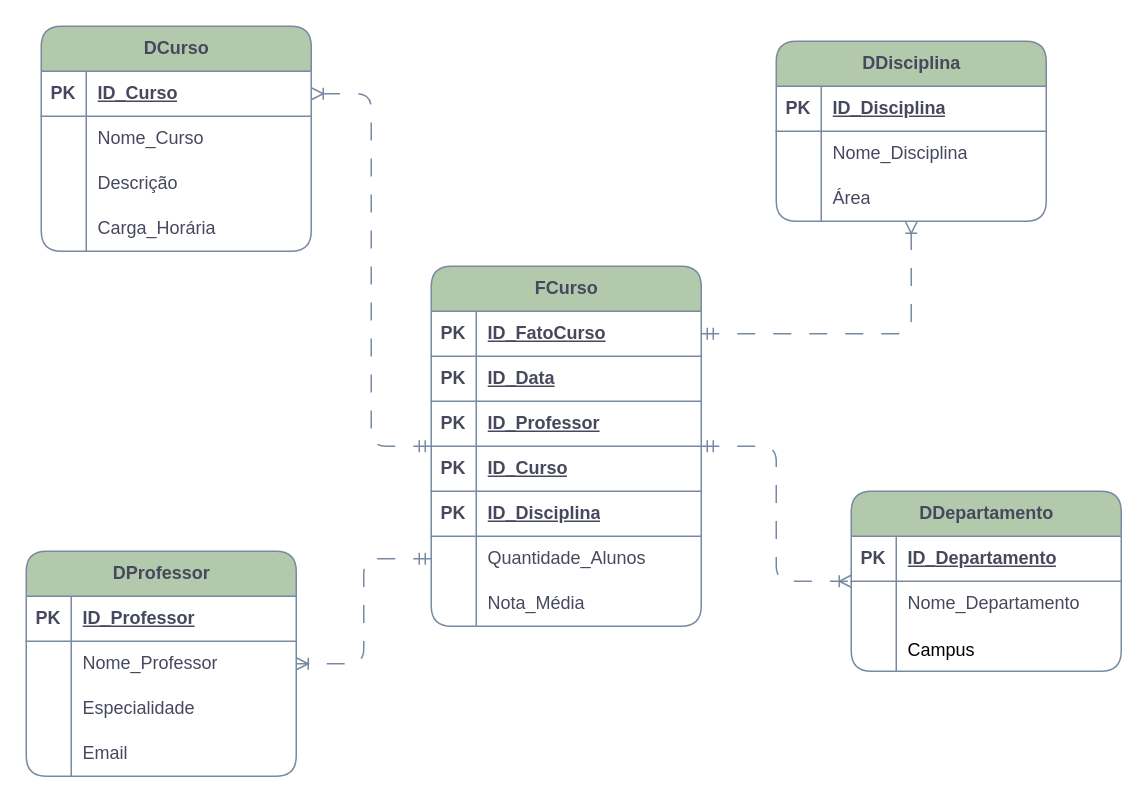
Above: Power BI/desafio de modelagem dimensional.drawio in nadiacastr0/Bootcamp-NTT-DATA---Engenharia-de-Dados-com-Python (draw.io), before the change. Source tidied: cells renumbered, new cells numbered last; positions are measured from the earlier drawing's top-left corner, leaving out a move shared by most shapes. Both pictures are drawn from the tidied source at 150%, with x=0, y=0 at pixel (26, 26).
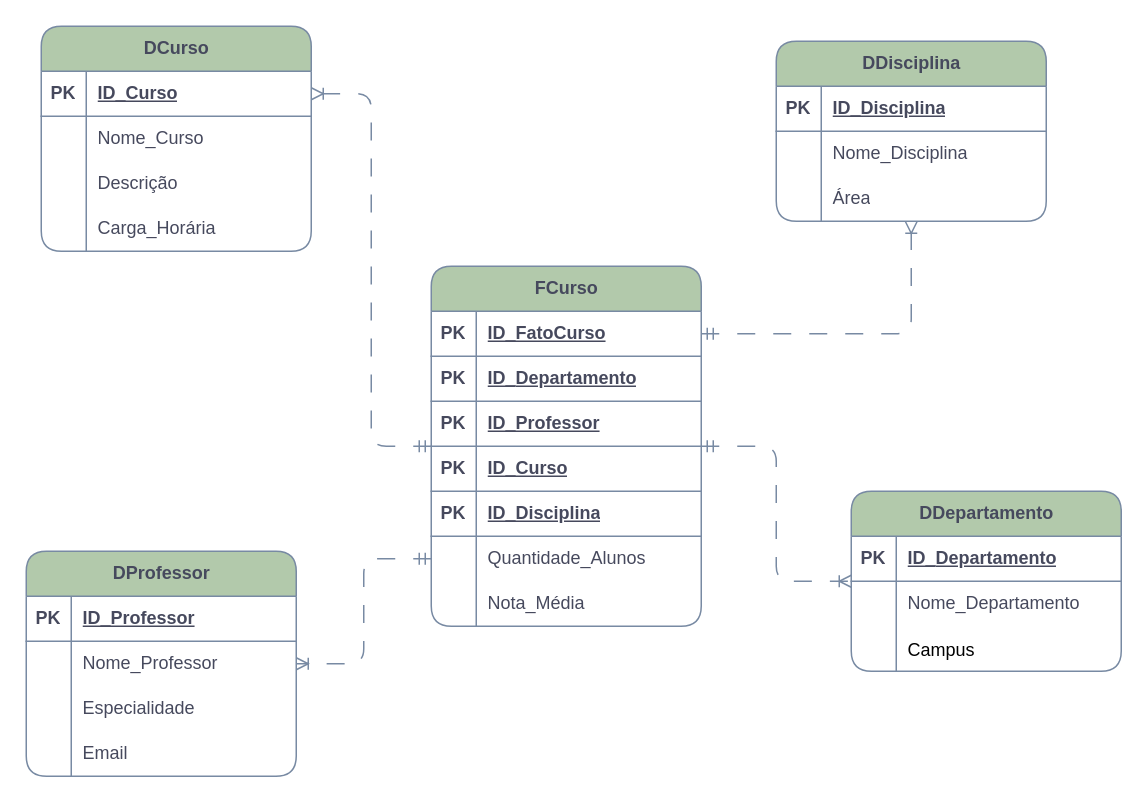
The same page after the edit.

The change refers to these unchanged cells:
```xml
<mxCell id="54" style="shape=tableRow;horizontal=0;startSize=0;swimlaneHead=0;swimlaneBody=0;fillColor=none;top=0;left=0;right=0;bottom=1;rounded=1;labelBackgroundColor=none;strokeColor=#788AA3;fontColor=#46495D;" parent="50" vertex="1">
  <mxGeometry y="60" width="180" height="30" as="geometry" />
</mxCell>
```

What changed in the source:
```diff
@@
-    <mxCell id="56" value="ID_Data" style="shape=partialRectangle;fillColor=none;top=0;left=0;bottom=0;right=0;align=left;spacingLeft=6;fontStyle=5;overflow=hidden;whiteSpace=wrap;html=1;rounded=1;labelBackgroundColor=none;strokeColor=#788AA3;fontColor=#46495D;" parent="54" vertex="1">
+    <mxCell id="56" value="ID_&lt;span style=&quot;text-wrap: nowrap; text-align: center;&quot;&gt;Departamento&lt;/span&gt;" style="shape=partialRectangle;fillColor=none;top=0;left=0;bottom=0;right=0;align=left;spacingLeft=6;fontStyle=5;overflow=hidden;whiteSpace=wrap;html=1;rounded=1;labelBackgroundColor=none;strokeColor=#788AA3;fontColor=#46495D;" parent="54" vertex="1">
       <mxGeometry x="30" width="150" height="30" as="geometry" />
     </mxCell>
```
